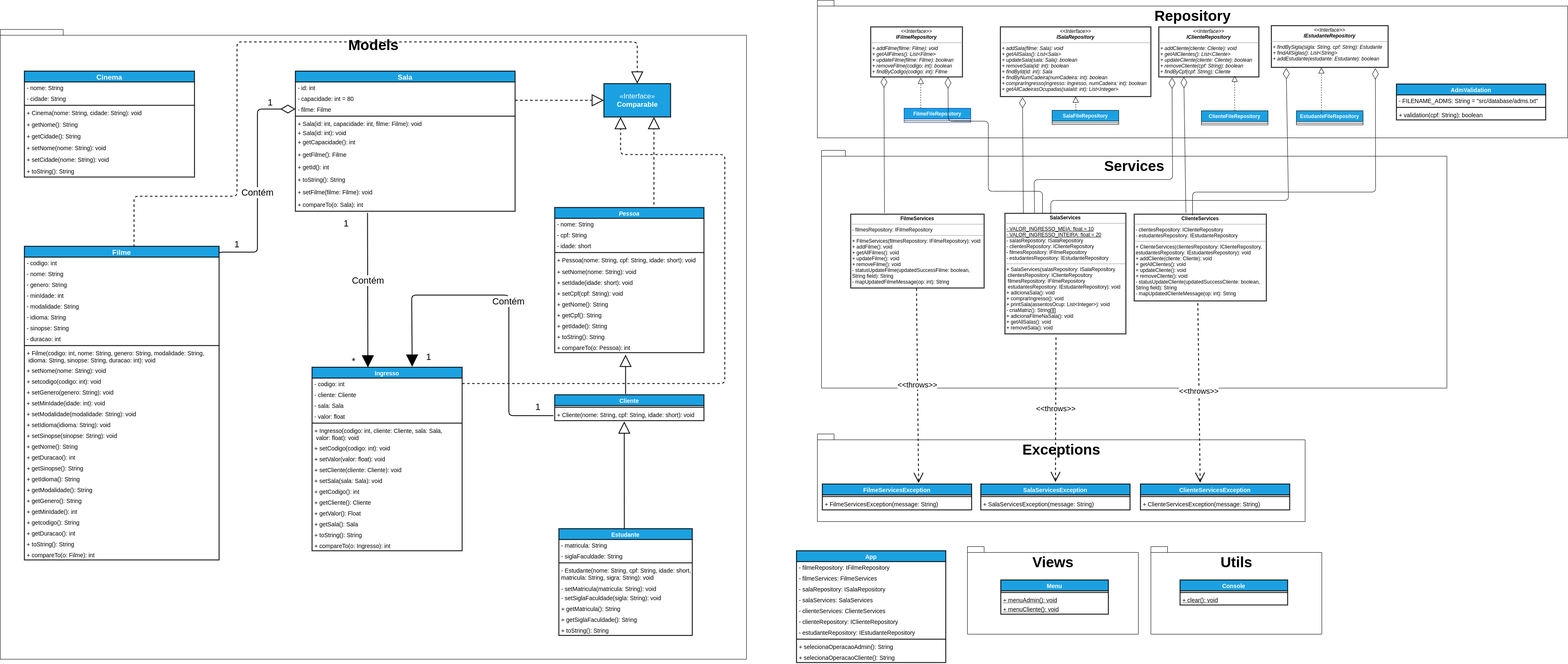
Before: docs/diagrama.png, a diagram exported from draw.io (SamuelLost/projeto-poo). Source tidied: cells renumbered, new cells last; positions are measured from the earlier drawing's top-left corner, leaving out a move shared by most shapes.
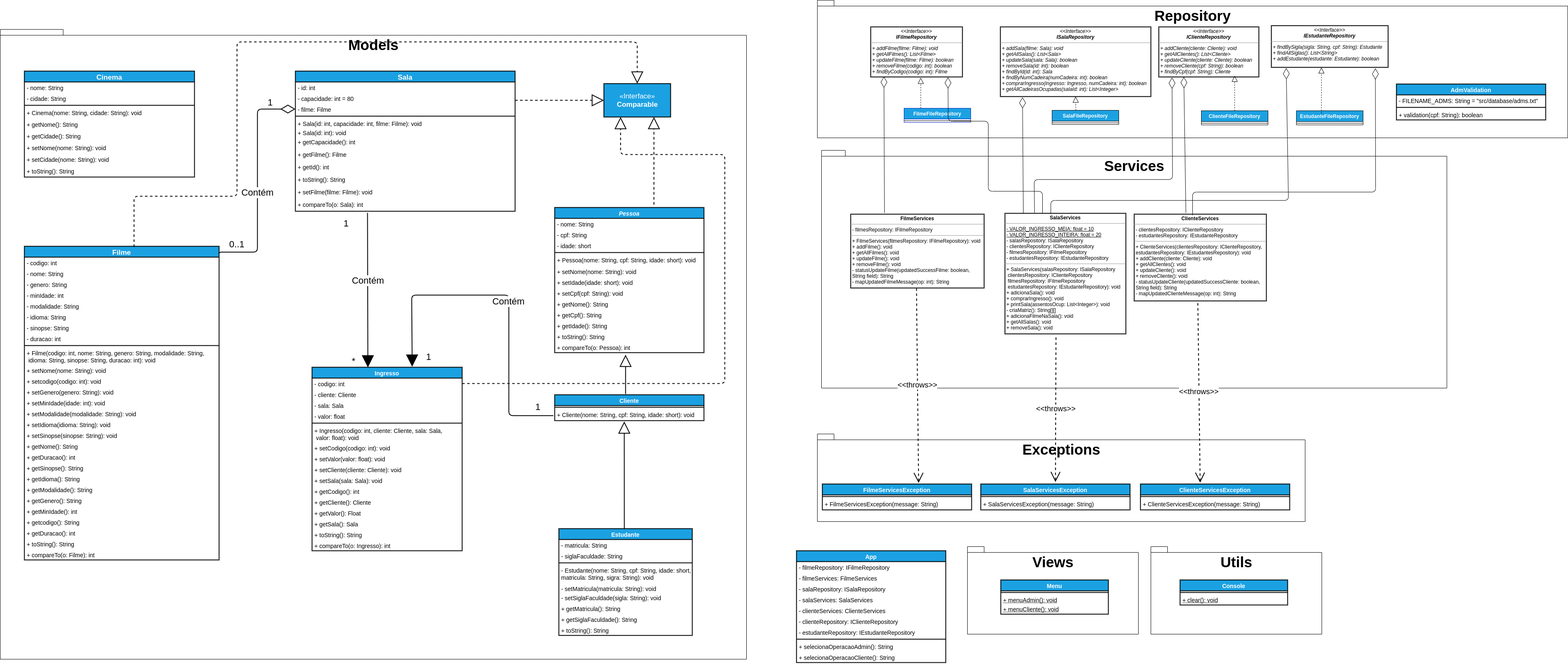
After the commit.

Change to the diagram source:
```diff
@@ -436,7 +436,7 @@
     <mxCell id="130" value="+ clear(): void" style="text;align=left;verticalAlign=top;spacingLeft=4;spacingRight=4;overflow=hidden;fontSize=14;fontStyle=4;" parent="128" vertex="1">
       <mxGeometry y="34" width="258" height="26" as="geometry" />
     </mxCell>
-    <mxCell id="131" value="&lt;font style=&quot;font-size: 22px&quot;&gt;1&lt;/font&gt;" style="text;html=1;strokeColor=none;fillColor=none;align=center;verticalAlign=middle;whiteSpace=wrap;rounded=0;" parent="1" vertex="1">
+    <mxCell id="131" value="&lt;font style=&quot;font-size: 22px&quot;&gt;0..1&lt;/font&gt;" style="text;html=1;strokeColor=none;fillColor=none;align=center;verticalAlign=middle;whiteSpace=wrap;rounded=0;" parent="1" vertex="1">
       <mxGeometry x="538" y="570" width="60" height="30" as="geometry" />
     </mxCell>
     <mxCell id="132" value="&lt;font style=&quot;font-size: 22px&quot;&gt;1&lt;/font&gt;" style="text;html=1;strokeColor=none;fillColor=none;align=center;verticalAlign=middle;whiteSpace=wrap;rounded=0;" parent="1" vertex="1">
```
